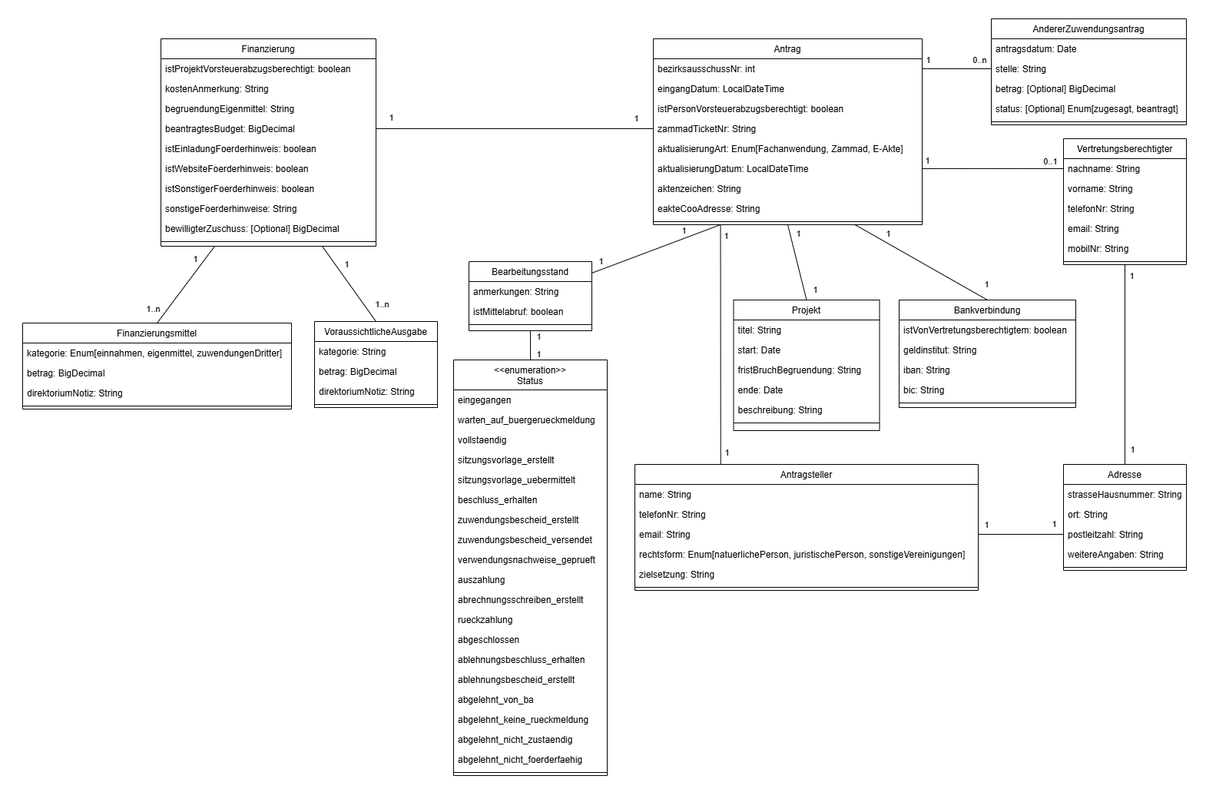
The draw.io diagram docs/src/development/data-model/data-model.png in it-at-m/stadtbezirksbudget, before a commit. Source tidied: cells renumbered, new cells last; positions are measured from the earlier drawing's top-left corner, leaving out a move shared by most shapes.
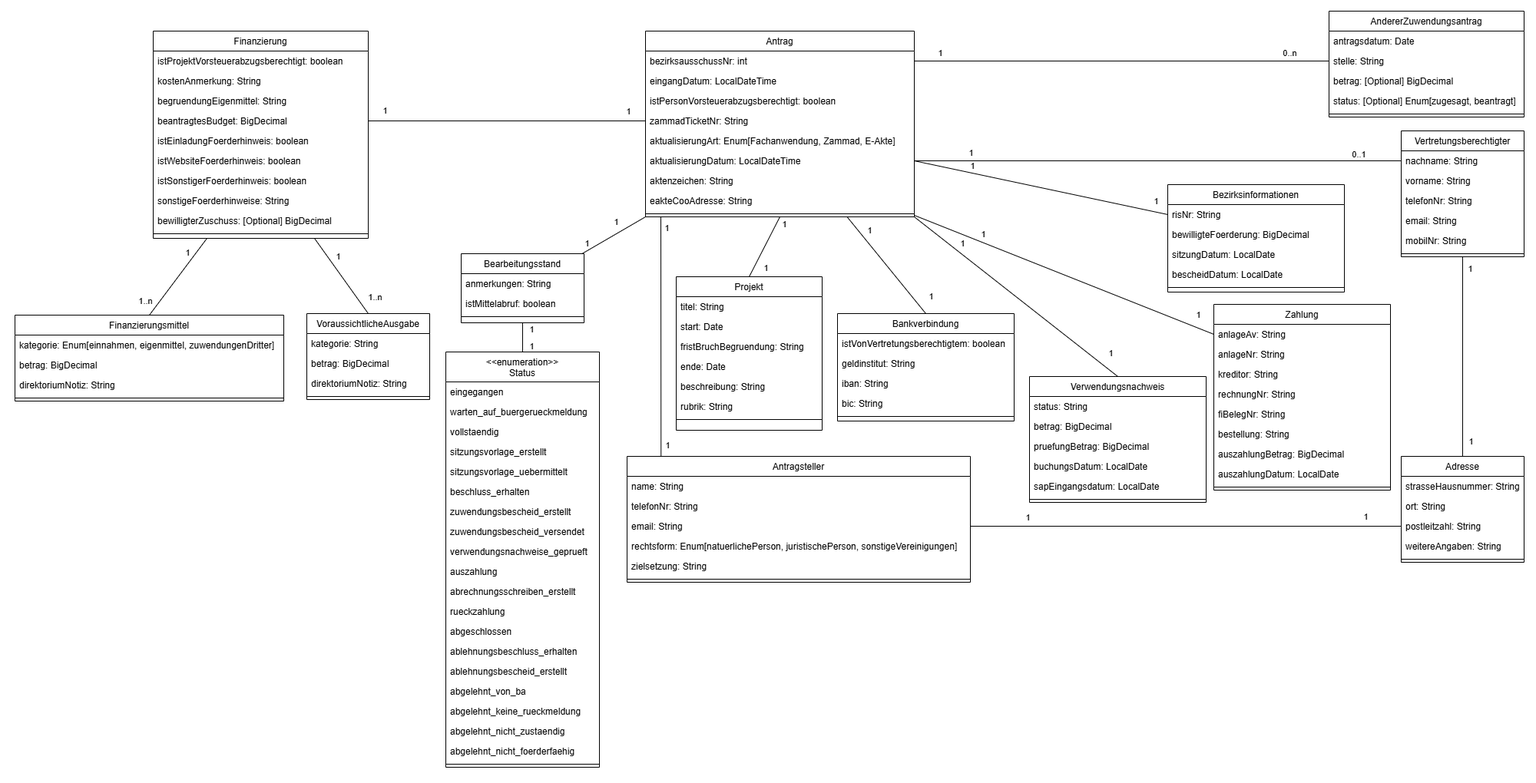
Above is the later version.

The edit, as a diff of the source:
```diff
@@ -3,7 +3,7 @@
     <mxCell id="0" />
     <mxCell id="1" parent="0" />
     <mxCell id="2" style="rounded=0;whiteSpace=wrap;html=1;fillColor=none;strokeColor=none;" parent="1" vertex="1">
-      <mxGeometry width="1550" height="1020" as="geometry" />
+      <mxGeometry width="2000" height="1020" as="geometry" />
     </mxCell>
     <mxCell id="3" style="rounded=0;jettySize=auto;html=1;exitX=0.5;exitY=1;exitDx=0;exitDy=0;entryX=0.5;entryY=0;entryDx=0;entryDy=0;endArrow=none;endFill=0;" parent="1" edge="1" source="12" target="57">
       <mxGeometry relative="1" as="geometry" />
@@ -31,8 +31,11 @@
         <mxPoint x="14" y="-11" as="offset" />
       </mxGeometry>
     </mxCell>
-    <mxCell id="9" style="rounded=0;jettySize=auto;html=1;entryX=0.25;entryY=0;entryDx=0;entryDy=0;endArrow=none;endFill=0;exitX=0.25;exitY=1;exitDx=0;exitDy=0;" parent="1" edge="1" source="12" target="22">
-      <mxGeometry relative="1" as="geometry" />
+    <mxCell id="9" style="rounded=0;orthogonalLoop=1;jettySize=auto;html=1;entryX=0.25;entryY=0;entryDx=0;entryDy=0;endArrow=none;endFill=0;exitX=0.25;exitY=1;exitDx=0;exitDy=0;" parent="1" edge="1">
+      <mxGeometry relative="1" as="geometry">
+        <mxPoint x="860" y="282" as="sourcePoint" />
+        <mxPoint x="860.2" y="594" as="targetPoint" />
+      </mxGeometry>
     </mxCell>
     <mxCell id="10" value="1" style="edgeLabel;html=1;align=center;verticalAlign=middle;" parent="9" vertex="1">
       <mxGeometry x="-0.89" y="3" relative="1" as="geometry">
@@ -96,7 +99,7 @@
       <mxGeometry y="156" width="447" height="8" as="geometry" />
     </mxCell>
     <mxCell id="29" value="Vertretungsberechtigter" style="swimlane;fontStyle=0;align=center;verticalAlign=top;horizontal=1;startSize=26;rounded=0;shadow=0;strokeWidth=1;" parent="1" vertex="1">
-      <mxGeometry x="1374" y="170" width="160" height="164" as="geometry" />
+      <mxGeometry x="1824" y="170" width="160" height="164" as="geometry" />
     </mxCell>
     <mxCell id="30" value="nachname: String" style="text;align=left;verticalAlign=top;spacingLeft=4;spacingRight=4;overflow=hidden;points=[[0,0.5],[1,0.5]];portConstraint=eastwest;" parent="29" vertex="1">
       <mxGeometry y="26" width="160" height="26" as="geometry" />
@@ -130,7 +133,7 @@
       </mxGeometry>
     </mxCell>
     <mxCell id="39" value="Adresse" style="swimlane;fontStyle=0;align=center;verticalAlign=top;horizontal=1;startSize=26;rounded=0;shadow=0;strokeWidth=1;" parent="1" vertex="1">
-      <mxGeometry x="1374" y="594" width="160" height="138" as="geometry" />
+      <mxGeometry x="1824" y="594" width="160" height="138" as="geometry" />
     </mxCell>
     <mxCell id="40" value="strasseHausnummer: String" style="text;align=left;verticalAlign=top;spacingLeft=4;spacingRight=4;overflow=hidden;" parent="39" vertex="1">
       <mxGeometry y="26" width="160" height="26" as="geometry" />
@@ -148,7 +151,7 @@
       <mxGeometry y="130" width="160" height="8" as="geometry" />
     </mxCell>
     <mxCell id="45" value="Bankverbindung" style="swimlane;fontStyle=0;align=center;verticalAlign=top;horizontal=1;startSize=26;rounded=0;shadow=0;strokeWidth=1;" parent="1" vertex="1">
-      <mxGeometry x="1160" y="380" width="230" height="140" as="geometry" />
+      <mxGeometry x="1090" y="408" width="230" height="140" as="geometry" />
     </mxCell>
     <mxCell id="46" value="istVonVertretungsberechtigtem: boolean" style="text;align=left;verticalAlign=top;spacingLeft=4;spacingRight=4;overflow=hidden;" parent="45" vertex="1">
       <mxGeometry y="26" width="230" height="26" as="geometry" />
@@ -166,7 +169,7 @@
       <mxGeometry y="130" width="230" height="8" as="geometry" />
     </mxCell>
     <mxCell id="51" value="AndererZuwendungsantrag" style="swimlane;fontStyle=0;align=center;verticalAlign=top;horizontal=1;startSize=26;rounded=0;shadow=0;strokeWidth=1;" parent="1" vertex="1">
-      <mxGeometry x="1280" y="14" width="254" height="138" as="geometry" />
+      <mxGeometry x="1730" y="14" width="254" height="138" as="geometry" />
     </mxCell>
     <mxCell id="52" value="antragsdatum: Date" style="text;align=left;verticalAlign=top;spacingLeft=4;spacingRight=4;overflow=hidden;" parent="51" vertex="1">
       <mxGeometry y="26" width="254" height="26" as="geometry" />
@@ -184,7 +187,7 @@
       <mxGeometry y="130" width="254" height="8" as="geometry" />
     </mxCell>
     <mxCell id="57" value="Projekt" style="swimlane;fontStyle=0;align=center;verticalAlign=top;horizontal=1;startSize=26;rounded=0;shadow=0;strokeWidth=1;" parent="1" vertex="1">
-      <mxGeometry x="944.5" y="380" width="190" height="170" as="geometry" />
+      <mxGeometry x="880" y="360" width="190" height="200" as="geometry" />
     </mxCell>
     <mxCell id="58" value="titel: String" style="text;align=left;verticalAlign=top;spacingLeft=4;spacingRight=4;overflow=hidden;" parent="57" vertex="1">
       <mxGeometry y="26" width="190" height="26" as="geometry" />
@@ -201,10 +204,13 @@
     <mxCell id="62" value="beschreibung: String" style="text;align=left;verticalAlign=top;spacingLeft=4;spacingRight=4;overflow=hidden;" parent="57" vertex="1">
       <mxGeometry y="130" width="190" height="26" as="geometry" />
     </mxCell>
-    <mxCell id="63" style="line;html=1;strokeWidth=1;align=left;verticalAlign=middle;spacingTop=-1;spacingLeft=3;spacingRight=3;labelPosition=right;" parent="57" vertex="1">
-      <mxGeometry y="156" width="190" height="8" as="geometry" />
-    </mxCell>
+    <mxCell id="134" value="rubrik: String" style="text;align=left;verticalAlign=top;spacingLeft=4;spacingRight=4;overflow=hidden;" parent="57" vertex="1">
+      <mxGeometry y="156" width="190" height="26" as="geometry" />
+    </mxCell>
+    <mxCell id="135" style="line;html=1;strokeWidth=1;align=left;verticalAlign=middle;spacingTop=-1;spacingLeft=3;spacingRight=3;labelPosition=right;" parent="57" vertex="1">
+      <mxGeometry y="182" width="190" height="8" as="geometry" />
+    </mxCell>
-    <mxCell id="64" style="rounded=0;jettySize=auto;html=1;entryX=0.25;entryY=1;entryDx=0;entryDy=0;endArrow=none;endFill=0;" parent="1" edge="1" source="70" target="12">
+    <mxCell id="64" style="rounded=0;jettySize=auto;html=1;entryX=0;entryY=1;entryDx=0;entryDy=0;endArrow=none;endFill=0;" parent="1" edge="1" source="70" target="12">
       <mxGeometry relative="1" as="geometry" />
     </mxCell>
     <mxCell id="65" value="1" style="edgeLabel;html=1;align=center;verticalAlign=middle;" parent="64" vertex="1">
@@ -453,5 +459,115 @@
         <mxPoint x="-4" y="-12" as="offset" />
       </mxGeometry>
     </mxCell>
+    <mxCell id="136" value="Verwendungsnachweis" style="swimlane;fontStyle=0;align=center;verticalAlign=top;horizontal=1;startSize=26;rounded=0;shadow=0;strokeWidth=1;" parent="1" vertex="1">
+      <mxGeometry x="1340" y="490" width="230" height="164" as="geometry" />
+    </mxCell>
+    <mxCell id="137" value="status: String" style="text;align=left;verticalAlign=top;spacingLeft=4;spacingRight=4;overflow=hidden;" parent="136" vertex="1">
+      <mxGeometry y="26" width="230" height="26" as="geometry" />
+    </mxCell>
+    <mxCell id="138" value="betrag: BigDecimal" style="text;align=left;verticalAlign=top;spacingLeft=4;spacingRight=4;overflow=hidden;" parent="136" vertex="1">
+      <mxGeometry y="52" width="230" height="26" as="geometry" />
+    </mxCell>
+    <mxCell id="139" value="pruefungBetrag: BigDecimal" style="text;align=left;verticalAlign=top;spacingLeft=4;spacingRight=4;overflow=hidden;" parent="136" vertex="1">
+      <mxGeometry y="78" width="230" height="26" as="geometry" />
+    </mxCell>
+    <mxCell id="140" value="buchungsDatum: LocalDate" style="text;align=left;verticalAlign=top;spacingLeft=4;spacingRight=4;overflow=hidden;" parent="136" vertex="1">
+      <mxGeometry y="104" width="230" height="26" as="geometry" />
+    </mxCell>
+    <mxCell id="141" value="sapEingangsdatum: LocalDate" style="text;align=left;verticalAlign=top;spacingLeft=4;spacingRight=4;overflow=hidden;" parent="136" vertex="1">
+      <mxGeometry y="130" width="230" height="26" as="geometry" />
+    </mxCell>
+    <mxCell id="142" style="line;html=1;strokeWidth=1;align=left;verticalAlign=middle;spacingTop=-1;spacingLeft=3;spacingRight=3;labelPosition=right;" parent="136" vertex="1">
+      <mxGeometry y="156" width="230" height="8" as="geometry" />
+    </mxCell>
+    <mxCell id="143" style="rounded=0;jettySize=auto;html=1;exitX=1;exitY=1;exitDx=0;exitDy=0;entryX=0.5;entryY=0;entryDx=0;entryDy=0;endArrow=none;endFill=0;" parent="1" edge="1" source="12" target="136">
+      <mxGeometry relative="1" as="geometry" />
+    </mxCell>
+    <mxCell id="144" value="1" style="edgeLabel;html=1;align=center;verticalAlign=middle;" parent="143" vertex="1">
+      <mxGeometry x="-0.58" relative="1" as="geometry">
+        <mxPoint x="7" y="-9" as="offset" />
+      </mxGeometry>
+    </mxCell>
+    <mxCell id="145" value="1" style="edgeLabel;html=1;align=center;verticalAlign=middle;" parent="143" vertex="1">
+      <mxGeometry x="0.82" y="1" relative="1" as="geometry">
+        <mxPoint x="14" y="-11" as="offset" />
+      </mxGeometry>
+    </mxCell>
+    <mxCell id="146" value="Bezirksinformationen" style="swimlane;fontStyle=0;align=center;verticalAlign=top;horizontal=1;startSize=26;rounded=0;shadow=0;strokeWidth=1;" parent="1" vertex="1">
+      <mxGeometry x="1520" y="240" width="230" height="140" as="geometry" />
+    </mxCell>
+    <mxCell id="147" value="risNr: String" style="text;align=left;verticalAlign=top;spacingLeft=4;spacingRight=4;overflow=hidden;points=[[0,0.5],[1,0.5]];portConstraint=eastwest;" parent="146" vertex="1">
+      <mxGeometry y="26" width="230" height="26" as="geometry" />
+    </mxCell>
+    <mxCell id="148" value="bewilligteFoerderung: BigDecimal" style="text;align=left;verticalAlign=top;spacingLeft=4;spacingRight=4;overflow=hidden;" parent="146" vertex="1">
+      <mxGeometry y="52" width="230" height="26" as="geometry" />
+    </mxCell>
+    <mxCell id="149" value="sitzungDatum: LocalDate" style="text;align=left;verticalAlign=top;spacingLeft=4;spacingRight=4;overflow=hidden;" parent="146" vertex="1">
+      <mxGeometry y="78" width="230" height="26" as="geometry" />
+    </mxCell>
+    <mxCell id="150" value="bescheidDatum: LocalDate" style="text;align=left;verticalAlign=top;spacingLeft=4;spacingRight=4;overflow=hidden;" parent="146" vertex="1">
+      <mxGeometry y="104" width="230" height="26" as="geometry" />
+    </mxCell>
+    <mxCell id="151" style="line;html=1;strokeWidth=1;align=left;verticalAlign=middle;spacingTop=-1;spacingLeft=3;spacingRight=3;labelPosition=right;" parent="146" vertex="1">
+      <mxGeometry y="130" width="230" height="8" as="geometry" />
+    </mxCell>
+    <mxCell id="152" style="rounded=0;jettySize=auto;html=1;exitX=1;exitY=0.5;exitDx=0;exitDy=0;entryX=0;entryY=0.5;entryDx=0;entryDy=0;endArrow=none;endFill=0;" parent="1" edge="1" source="18" target="147">
+      <mxGeometry relative="1" as="geometry" />
+    </mxCell>
+    <mxCell id="153" value="1" style="edgeLabel;html=1;align=center;verticalAlign=middle;" parent="152" vertex="1">
+      <mxGeometry x="-0.58" relative="1" as="geometry">
+        <mxPoint x="7" y="-9" as="offset" />
+      </mxGeometry>
+    </mxCell>
+    <mxCell id="154" value="1" style="edgeLabel;html=1;align=center;verticalAlign=middle;" parent="152" vertex="1">
+      <mxGeometry x="0.82" y="1" relative="1" as="geometry">
+        <mxPoint x="14" y="-11" as="offset" />
+      </mxGeometry>
+    </mxCell>
+    <mxCell id="155" value="Zahlung" style="swimlane;fontStyle=0;align=center;verticalAlign=top;horizontal=1;startSize=26;rounded=0;shadow=0;strokeWidth=1;" parent="1" vertex="1">
+      <mxGeometry x="1580" y="396" width="230" height="242" as="geometry" />
+    </mxCell>
+    <mxCell id="156" value="anlageAv: String" style="text;align=left;verticalAlign=top;spacingLeft=4;spacingRight=4;overflow=hidden;points=[[0,0.5],[1,0.5]];portConstraint=eastwest;" parent="155" vertex="1">
+      <mxGeometry y="26" width="230" height="26" as="geometry" />
+    </mxCell>
+    <mxCell id="157" value="anlageNr: String" style="text;align=left;verticalAlign=top;spacingLeft=4;spacingRight=4;overflow=hidden;" parent="155" vertex="1">
+      <mxGeometry y="52" width="230" height="26" as="geometry" />
+    </mxCell>
+    <mxCell id="158" value="kreditor: String" style="text;align=left;verticalAlign=top;spacingLeft=4;spacingRight=4;overflow=hidden;" parent="155" vertex="1">
+      <mxGeometry y="78" width="230" height="26" as="geometry" />
+    </mxCell>
+    <mxCell id="159" value="rechnungNr: String" style="text;align=left;verticalAlign=top;spacingLeft=4;spacingRight=4;overflow=hidden;" parent="155" vertex="1">
+      <mxGeometry y="104" width="230" height="26" as="geometry" />
+    </mxCell>
+    <mxCell id="160" value="fiBelegNr: String" style="text;align=left;verticalAlign=top;spacingLeft=4;spacingRight=4;overflow=hidden;" parent="155" vertex="1">
+      <mxGeometry y="130" width="230" height="26" as="geometry" />
+    </mxCell>
+    <mxCell id="161" value="bestellung: String" style="text;align=left;verticalAlign=top;spacingLeft=4;spacingRight=4;overflow=hidden;" parent="155" vertex="1">
+      <mxGeometry y="156" width="230" height="26" as="geometry" />
+    </mxCell>
+    <mxCell id="162" value="auszahlungBetrag: BigDecimal" style="text;align=left;verticalAlign=top;spacingLeft=4;spacingRight=4;overflow=hidden;" parent="155" vertex="1">
+      <mxGeometry y="182" width="230" height="26" as="geometry" />
+    </mxCell>
+    <mxCell id="163" value="auszahlungDatum: LocalDate" style="text;align=left;verticalAlign=top;spacingLeft=4;spacingRight=4;overflow=hidden;" parent="155" vertex="1">
+      <mxGeometry y="208" width="230" height="26" as="geometry" />
+    </mxCell>
+    <mxCell id="164" style="line;html=1;strokeWidth=1;align=left;verticalAlign=middle;spacingTop=-1;spacingLeft=3;spacingRight=3;labelPosition=right;" parent="155" vertex="1">
+      <mxGeometry y="234" width="230" height="8" as="geometry" />
+    </mxCell>
+    <mxCell id="165" style="rounded=0;jettySize=auto;html=1;entryX=0;entryY=0.5;entryDx=0;entryDy=0;endArrow=none;endFill=0;" parent="1" edge="1" target="156">
+      <mxGeometry relative="1" as="geometry">
+        <mxPoint x="1190" y="280" as="sourcePoint" />
+      </mxGeometry>
+    </mxCell>
+    <mxCell id="166" value="1" style="edgeLabel;html=1;align=center;verticalAlign=middle;" parent="165" vertex="1">
+      <mxGeometry x="-0.58" relative="1" as="geometry">
+        <mxPoint x="7" y="-9" as="offset" />
+      </mxGeometry>
+    </mxCell>
+    <mxCell id="167" value="1" style="edgeLabel;html=1;align=center;verticalAlign=middle;" parent="165" vertex="1">
+      <mxGeometry x="0.82" y="1" relative="1" as="geometry">
+        <mxPoint x="14" y="-11" as="offset" />
+      </mxGeometry>
+    </mxCell>
   </root>
 </mxGraphModel>
```
